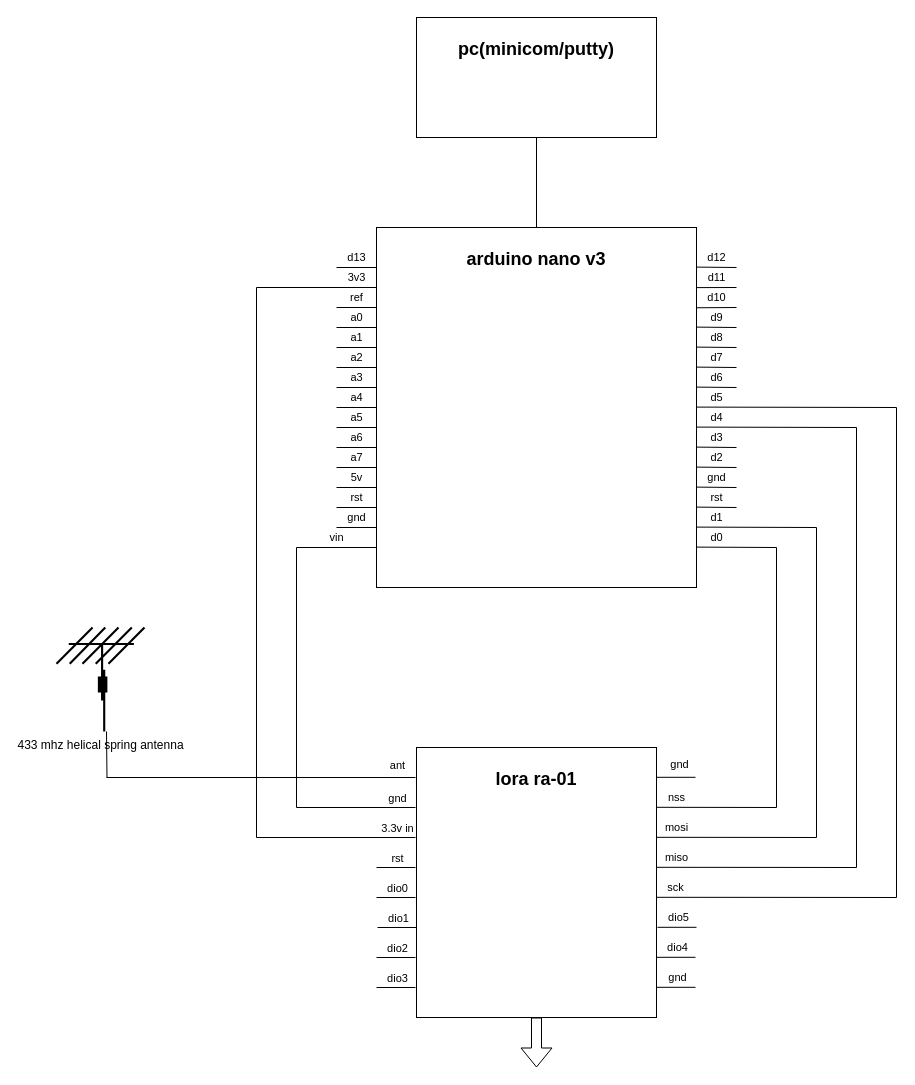
The draw.io diagram docs/receiver.drawio in Morohiko/teralink, before the edit. Source tidied: cells renumbered, new cells numbered last; positions are measured from the earlier drawing's top-left corner, leaving out a move shared by most shapes. Both pictures are drawn from the tidied source at 100%, with x=0, y=0 at pixel (56, 17).
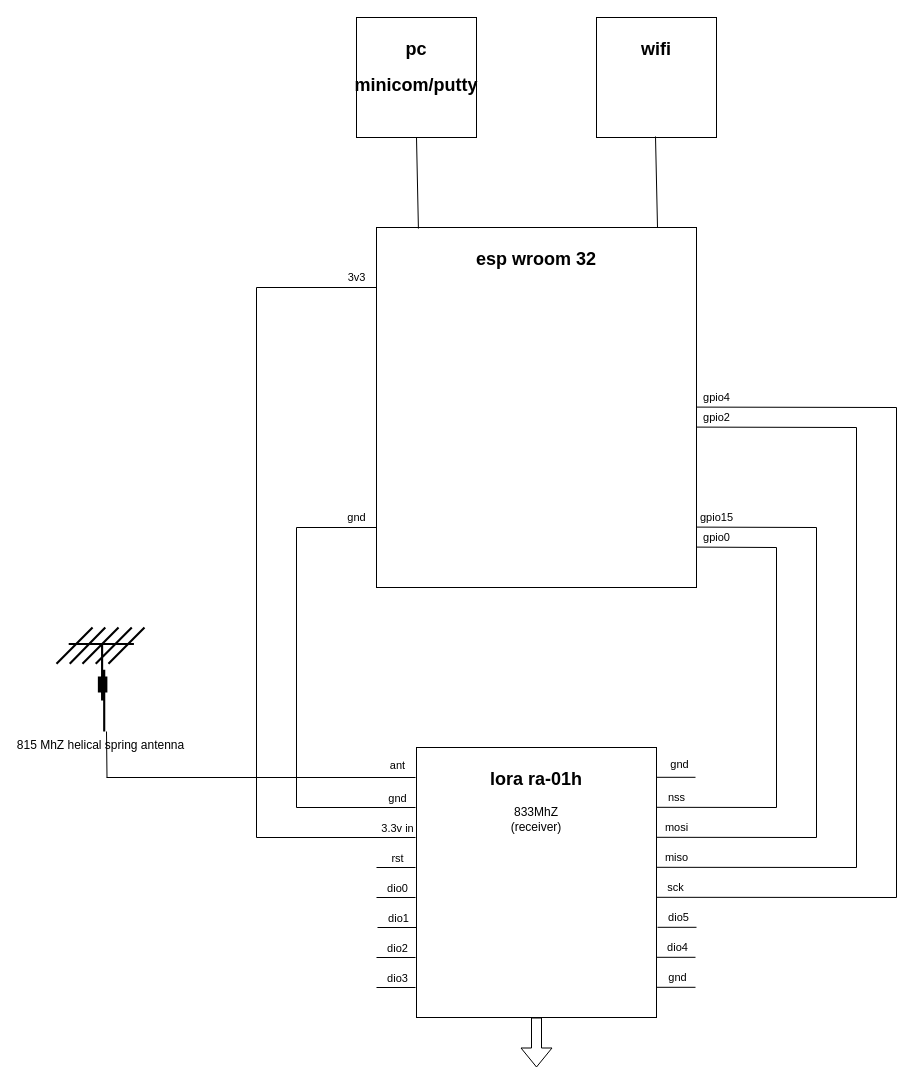
The same page after the edit.

Commit message (it also covers changes not shown here):
add repeater, full schemas, update receiver schema

Unchanged cells that the change refers to:
```xml
<mxCell id="35" style="group;verticalAlign=top;" parent="1" vertex="1">
  <mxGeometry x="320" y="730" width="320" height="270" as="geometry" />
</mxCell>
```

What changed in the source:
```diff
@@
-    <mxCell id="2" value="&lt;h2&gt;arduino nano v3&lt;/h2&gt;" style="rounded=0;whiteSpace=wrap;html=1;horizontal=1;verticalAlign=top;" parent="1" vertex="1">
+    <mxCell id="2" value="&lt;h2&gt;esp wroom 32&lt;/h2&gt;" style="rounded=0;whiteSpace=wrap;html=1;horizontal=1;verticalAlign=top;" parent="1" vertex="1">
       <mxGeometry x="320" y="210" width="320" height="360" as="geometry" />
     </mxCell>
-    <mxCell id="3" style="endArrow=none;html=1;rounded=0;exitX=0.5;exitY=0;exitDx=0;exitDy=0;entryX=0.5;entryY=1;entryDx=0;entryDy=0;" parent="1" edge="1" source="2" target="4">
+    <mxCell id="3" style="endArrow=none;html=1;rounded=0;exitX=0.131;exitY=0.003;exitDx=0;exitDy=0;entryX=0.5;entryY=1;entryDx=0;entryDy=0;exitPerimeter=0;" parent="1" edge="1" source="2" target="4">
       <mxGeometry relative="1" as="geometry" />
     </mxCell>
-    <mxCell id="4" value="&lt;h2&gt;pc(minicom/putty)&lt;/h2&gt;" style="rounded=0;whiteSpace=wrap;html=1;verticalAlign=top;" parent="1" vertex="1">
-      <mxGeometry x="360" width="240" height="120" as="geometry" />
+    <mxCell id="4" value="&lt;h2&gt;pc&lt;/h2&gt;&lt;h2&gt;minicom/putty&lt;/h2&gt;" style="rounded=0;whiteSpace=wrap;html=1;verticalAlign=top;" parent="1" vertex="1">
+      <mxGeometry x="300" width="120" height="120" as="geometry" />
     </mxCell>
-    <mxCell id="5" value="d13" style="endArrow=none;html=1;rounded=0;" parent="1" edge="1">
-      <mxGeometry y="10" relative="1" as="geometry">
-        <mxPoint x="280" y="250" as="sourcePoint" />
-        <mxPoint x="320" y="250" as="targetPoint" />
-      </mxGeometry>
-    </mxCell>
@@
-    <mxCell id="7" value="ref" style="endArrow=none;html=1;rounded=0;" parent="1" edge="1">
-      <mxGeometry y="10" relative="1" as="geometry">
-        <mxPoint x="280" y="290" as="sourcePoint" />
-        <mxPoint x="320" y="290" as="targetPoint" />
-      </mxGeometry>
-    </mxCell>
-    <mxCell id="8" value="a0" style="endArrow=none;html=1;rounded=0;" parent="1" edge="1">
-      <mxGeometry y="10" relative="1" as="geometry">
-        <mxPoint x="280" y="310" as="sourcePoint" />
-        <mxPoint x="320" y="310" as="targetPoint" />
-      </mxGeometry>
-    </mxCell>
-    <mxCell id="9" value="a1" style="endArrow=none;html=1;rounded=0;" parent="1" edge="1">
-      <mxGeometry y="10" relative="1" as="geometry">
-        <mxPoint x="280" y="330" as="sourcePoint" />
-        <mxPoint x="320" y="330" as="targetPoint" />
-      </mxGeometry>
-    </mxCell>
-    <mxCell id="10" value="a2" style="endArrow=none;html=1;rounded=0;" parent="1" edge="1">
-      <mxGeometry y="10" relative="1" as="geometry">
-        <mxPoint x="280" y="350" as="sourcePoint" />
-        <mxPoint x="320" y="350" as="targetPoint" />
-      </mxGeometry>
-    </mxCell>
-    <mxCell id="11" value="a3" style="endArrow=none;html=1;rounded=0;" parent="1" edge="1">
-      <mxGeometry y="10" relative="1" as="geometry">
-        <mxPoint x="280" y="370" as="sourcePoint" />
-        <mxPoint x="320" y="370" as="targetPoint" />
-      </mxGeometry>
-    </mxCell>
-    <mxCell id="12" value="a4" style="endArrow=none;html=1;rounded=0;" parent="1" edge="1">
-      <mxGeometry y="10" relative="1" as="geometry">
-        <mxPoint x="280" y="390" as="sourcePoint" />
-        <mxPoint x="320" y="390" as="targetPoint" />
-      </mxGeometry>
-    </mxCell>
-    <mxCell id="13" value="a5" style="endArrow=none;html=1;rounded=0;" parent="1" edge="1">
-      <mxGeometry y="10" relative="1" as="geometry">
-        <mxPoint x="280" y="410" as="sourcePoint" />
-        <mxPoint x="320" y="410" as="targetPoint" />
-      </mxGeometry>
-    </mxCell>
-    <mxCell id="14" value="a6" style="endArrow=none;html=1;rounded=0;" parent="1" edge="1">
-      <mxGeometry y="10" relative="1" as="geometry">
-        <mxPoint x="280" y="430" as="sourcePoint" />
-        <mxPoint x="320" y="430" as="targetPoint" />
-      </mxGeometry>
-    </mxCell>
-    <mxCell id="15" value="a7" style="endArrow=none;html=1;rounded=0;" parent="1" edge="1">
-      <mxGeometry y="10" relative="1" as="geometry">
-        <mxPoint x="280" y="450" as="sourcePoint" />
-        <mxPoint x="320" y="450" as="targetPoint" />
-      </mxGeometry>
-    </mxCell>
-    <mxCell id="16" value="5v" style="endArrow=none;html=1;rounded=0;" parent="1" edge="1">
-      <mxGeometry y="10" relative="1" as="geometry">
-        <mxPoint x="280" y="470" as="sourcePoint" />
-        <mxPoint x="320" y="470" as="targetPoint" />
-      </mxGeometry>
-    </mxCell>
-    <mxCell id="17" value="rst" style="endArrow=none;html=1;rounded=0;" parent="1" edge="1">
-      <mxGeometry y="10" relative="1" as="geometry">
-        <mxPoint x="280" y="490" as="sourcePoint" />
-        <mxPoint x="320" y="490" as="targetPoint" />
-      </mxGeometry>
-    </mxCell>
     <mxCell id="18" value="gnd" style="endArrow=none;html=1;rounded=0;" parent="1" edge="1">
-      <mxGeometry y="10" relative="1" as="geometry">
-        <mxPoint x="280" y="510" as="sourcePoint" />
+      <mxGeometry x="0.5" y="10" relative="1" as="geometry">
+        <mxPoint x="240" y="510" as="sourcePoint" />
         <mxPoint x="320" y="510" as="targetPoint" />
       </mxGeometry>
     </mxCell>
-    <mxCell id="19" value="vin" style="endArrow=none;html=1;rounded=0;" parent="1" edge="1">
-      <mxGeometry y="10" relative="1" as="geometry">
-        <mxPoint x="240" y="530" as="sourcePoint" />
-        <mxPoint x="320" y="530" as="targetPoint" />
-      </mxGeometry>
-    </mxCell>
-    <mxCell id="20" value="d12" style="endArrow=none;html=1;rounded=0;exitX=1;exitY=0.11;exitDx=0;exitDy=0;exitPerimeter=0;" parent="1" edge="1" source="2">
-      <mxGeometry y="10" relative="1" as="geometry">
-        <mxPoint x="680" y="250" as="targetPoint" />
-      </mxGeometry>
-    </mxCell>
-    <mxCell id="21" value="d11" style="endArrow=none;html=1;rounded=0;exitX=1;exitY=0.167;exitDx=0;exitDy=0;exitPerimeter=0;" parent="1" edge="1" source="2">
-      <mxGeometry y="10" relative="1" as="geometry">
-        <mxPoint x="680" y="270" as="targetPoint" />
-      </mxGeometry>
-    </mxCell>
-    <mxCell id="22" value="d10" style="endArrow=none;html=1;rounded=0;exitX=1;exitY=0.223;exitDx=0;exitDy=0;exitPerimeter=0;" parent="1" edge="1" source="2">
-      <mxGeometry y="10" relative="1" as="geometry">
-        <mxPoint x="680" y="290" as="targetPoint" />
-      </mxGeometry>
-    </mxCell>
-    <mxCell id="23" value="d9" style="endArrow=none;html=1;rounded=0;" parent="1" edge="1">
-      <mxGeometry y="10" relative="1" as="geometry">
-        <mxPoint x="640" y="309.6" as="sourcePoint" />
-        <mxPoint x="680" y="310" as="targetPoint" />
-      </mxGeometry>
-    </mxCell>
-    <mxCell id="24" value="d8" style="endArrow=none;html=1;rounded=0;" parent="1" edge="1">
-      <mxGeometry y="10" relative="1" as="geometry">
-        <mxPoint x="640" y="329.6" as="sourcePoint" />
-        <mxPoint x="680" y="330" as="targetPoint" />
-      </mxGeometry>
-    </mxCell>
-    <mxCell id="25" value="d7" style="endArrow=none;html=1;rounded=0;" parent="1" edge="1">
-      <mxGeometry y="10" relative="1" as="geometry">
-        <mxPoint x="640" y="349.6" as="sourcePoint" />
-        <mxPoint x="680" y="350" as="targetPoint" />
-      </mxGeometry>
-    </mxCell>
-    <mxCell id="26" value="d6" style="endArrow=none;html=1;rounded=0;" parent="1" edge="1">
-      <mxGeometry y="10" relative="1" as="geometry">
-        <mxPoint x="640" y="369.6" as="sourcePoint" />
-        <mxPoint x="680" y="370" as="targetPoint" />
-      </mxGeometry>
-    </mxCell>
-    <mxCell id="27" value="d5" style="endArrow=none;html=1;rounded=0;" parent="1" edge="1">
+    <mxCell id="27" value="gpio4" style="endArrow=none;html=1;rounded=0;" parent="1" edge="1">
       <mxGeometry x="-0.8" y="10" relative="1" as="geometry">
         <mxPoint x="640" y="389.6" as="sourcePoint" />
         <mxPoint x="840" y="390" as="targetPoint" />
       </mxGeometry>
     </mxCell>
-    <mxCell id="28" value="d4" style="endArrow=none;html=1;rounded=0;" parent="1" edge="1">
+    <mxCell id="28" value="gpio2" style="endArrow=none;html=1;rounded=0;" parent="1" edge="1">
       <mxGeometry x="-0.75" y="10" relative="1" as="geometry">
         <mxPoint x="640" y="409.6" as="sourcePoint" />
         <mxPoint x="800" y="410" as="targetPoint" />
       </mxGeometry>
     </mxCell>
-    <mxCell id="29" value="d3" style="endArrow=none;html=1;rounded=0;" parent="1" edge="1">
-      <mxGeometry y="10" relative="1" as="geometry">
-        <mxPoint x="640" y="429.6" as="sourcePoint" />
-        <mxPoint x="680" y="430" as="targetPoint" />
-      </mxGeometry>
-    </mxCell>
-    <mxCell id="30" value="d2" style="endArrow=none;html=1;rounded=0;" parent="1" edge="1">
-      <mxGeometry y="10" relative="1" as="geometry">
-        <mxPoint x="640" y="449.6" as="sourcePoint" />
-        <mxPoint x="680" y="450" as="targetPoint" />
-      </mxGeometry>
-    </mxCell>
-    <mxCell id="31" value="gnd" style="endArrow=none;html=1;rounded=0;" parent="1" edge="1">
-      <mxGeometry y="10" relative="1" as="geometry">
-        <mxPoint x="640" y="469.6" as="sourcePoint" />
-        <mxPoint x="680" y="470" as="targetPoint" />
-      </mxGeometry>
-    </mxCell>
-    <mxCell id="32" value="rst" style="endArrow=none;html=1;rounded=0;" parent="1" edge="1">
-      <mxGeometry y="10" relative="1" as="geometry">
-        <mxPoint x="640" y="489.6" as="sourcePoint" />
-        <mxPoint x="680" y="490" as="targetPoint" />
-      </mxGeometry>
-    </mxCell>
-    <mxCell id="33" value="d1" style="endArrow=none;html=1;rounded=0;" parent="1" edge="1">
+    <mxCell id="33" value="gpio15" style="endArrow=none;html=1;rounded=0;" parent="1" edge="1">
       <mxGeometry x="-0.67" y="10" relative="1" as="geometry">
         <mxPoint x="640" y="509.6" as="sourcePoint" />
         <mxPoint x="760" y="510" as="targetPoint" />
       </mxGeometry>
     </mxCell>
-    <mxCell id="34" value="d0" style="endArrow=none;html=1;rounded=0;" parent="1" edge="1">
+    <mxCell id="34" value="gpio0" style="endArrow=none;html=1;rounded=0;" parent="1" edge="1">
       <mxGeometry x="-0.5" y="10" relative="1" as="geometry">
         <mxPoint x="640" y="529.6" as="sourcePoint" />
         <mxPoint x="720" y="530" as="targetPoint" />
       </mxGeometry>
     </mxCell>
@@
-    <mxCell id="36" value="&lt;h2&gt;lora ra-01&lt;/h2&gt;" style="rounded=0;whiteSpace=wrap;html=1;verticalAlign=top;" parent="35" vertex="1">
+    <mxCell id="36" value="&lt;h2&gt;lora ra-01h&lt;/h2&gt;&lt;div&gt;833MhZ&lt;/div&gt;&lt;div&gt;(receiver)&lt;/div&gt;" style="rounded=0;whiteSpace=wrap;html=1;verticalAlign=top;" parent="35" vertex="1">
       <mxGeometry x="40" width="240" height="270" as="geometry" />
     </mxCell>
@@
-    <mxCell id="69" value="433 mhz helical spring antenna" style="shape=mxgraph.cisco.wireless.antenna;html=1;dashed=0;fillColor=#036897;strokeColor=#ffffff;strokeWidth=2;verticalLabelPosition=bottom;verticalAlign=top;align=center;" parent="1" vertex="1">
+    <mxCell id="69" value="815 MhZ helical spring antenna" style="shape=mxgraph.cisco.wireless.antenna;html=1;dashed=0;fillColor=#036897;strokeColor=#ffffff;strokeWidth=2;verticalLabelPosition=bottom;verticalAlign=top;align=center;" parent="1" vertex="1">
       <mxGeometry y="610" width="88" height="104" as="geometry" />
     </mxCell>
@@
     <mxCell id="71" style="endArrow=none;html=1;rounded=0;" parent="1" edge="1">
       <mxGeometry relative="1" as="geometry">
         <mxPoint x="240" y="790" as="sourcePoint" />
-        <mxPoint x="240" y="530" as="targetPoint" />
+        <mxPoint x="240" y="510" as="targetPoint" />
       </mxGeometry>
     </mxCell>
@@
+    <mxCell id="78" value="&lt;h2&gt;wifi&lt;/h2&gt;" style="rounded=0;whiteSpace=wrap;html=1;verticalAlign=top;" parent="1" vertex="1">
+      <mxGeometry x="540" width="120" height="120" as="geometry" />
+    </mxCell>
+    <mxCell id="79" style="endArrow=none;html=1;rounded=0;exitX=0.131;exitY=0.003;exitDx=0;exitDy=0;entryX=0.5;entryY=1;entryDx=0;entryDy=0;exitPerimeter=0;" parent="1" edge="1">
+      <mxGeometry relative="1" as="geometry">
+        <mxPoint x="601" y="210" as="sourcePoint" />
+        <mxPoint x="599" y="119" as="targetPoint" />
+      </mxGeometry>
+    </mxCell>
```
